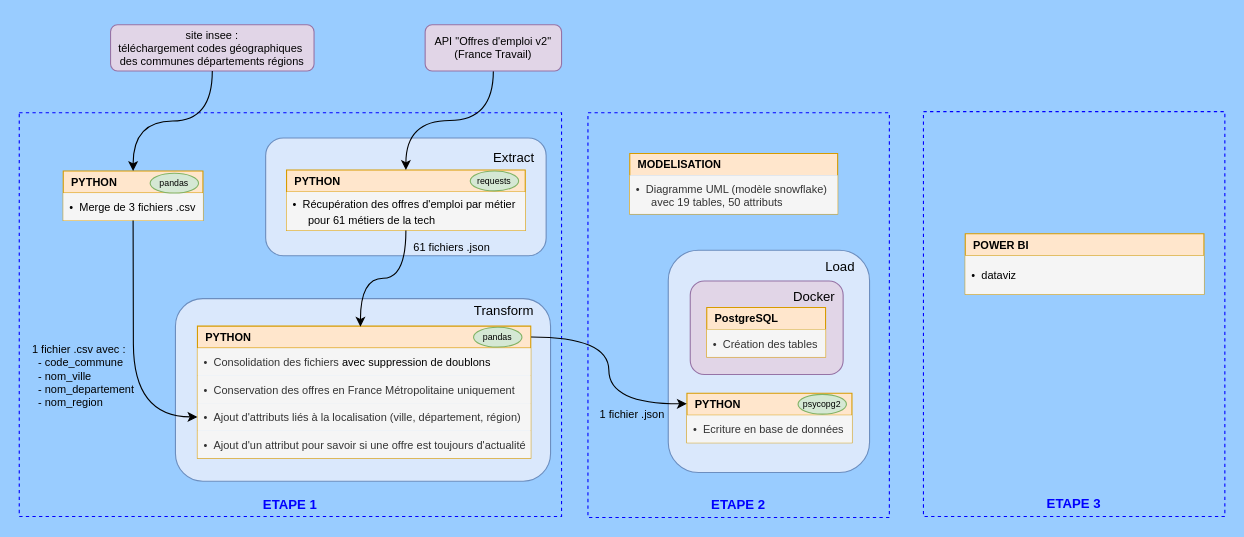
Before: workflow.drawio in vimchun/Job-Market-in-France, a draw.io diagram. Source tidied: cells renumbered, new cells numbered last; positions are measured from the earlier drawing's top-left corner, leaving out a move shared by most shapes. Both pictures are drawn from the tidied source at 110%, with x=0, y=0 at pixel (19, 24).
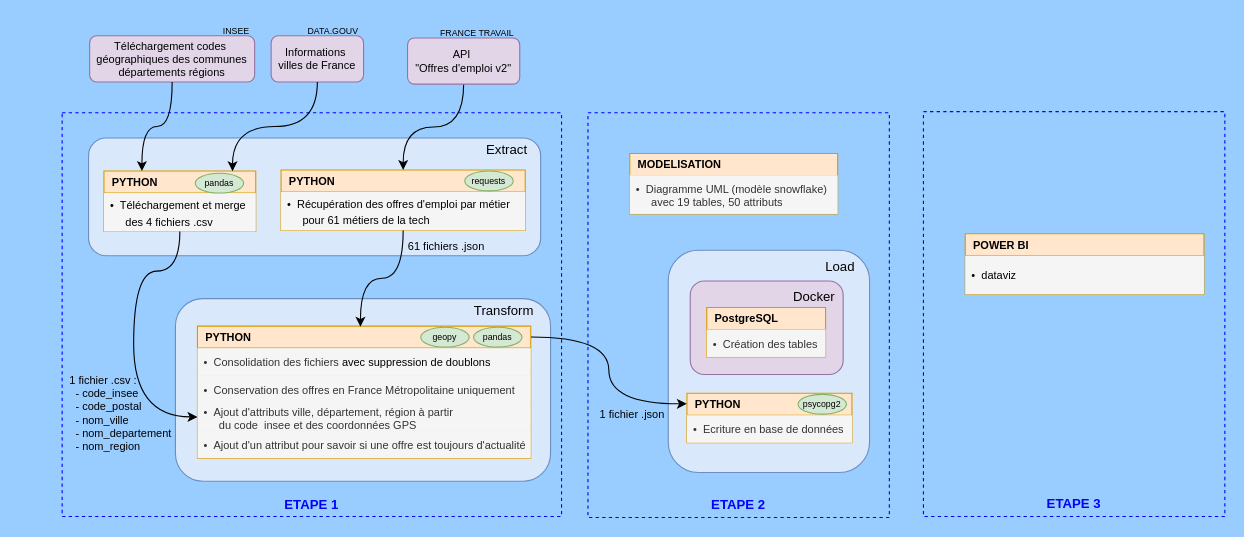
The same page after the edit.

Commit message (it also covers changes not shown here):
ajout du code_postal dans le fichier "codes__city_department_region.csv", modification du workflow.drawio, modification de "code_commune" par "code_insee"

The change refers to these unchanged cells:
```xml
<mxCell id="16" value="&lt;b&gt;&lt;font style=&quot;font-size: 10px;&quot;&gt;&amp;nbsp; PYTHON&lt;/font&gt;&lt;/b&gt;" style="swimlane;fontStyle=0;horizontal=1;startSize=20;whiteSpace=wrap;html=1;fillColor=#ffe6cc;strokeColor=#d79b00;rounded=0;align=left;shadow=0;glass=0;verticalAlign=middle;fontFamily=Helvetica;fontSize=12;" parent="1" vertex="1">
  <mxGeometry x="162" y="274" width="303" height="120" as="geometry" />
</mxCell>
```

What changed in the source:
```diff
@@
     <mxCell id="5" value="&lt;div&gt;&lt;font style=&quot;color: rgb(0, 0, 255);&quot;&gt;&lt;br&gt;&lt;/font&gt;&lt;/div&gt;&lt;div&gt;&lt;font style=&quot;color: rgb(0, 0, 255);&quot;&gt;&lt;br&gt;&lt;/font&gt;&lt;/div&gt;&lt;div&gt;&lt;font style=&quot;color: rgb(0, 0, 255);&quot;&gt;&lt;br&gt;&lt;/font&gt;&lt;/div&gt;&lt;div&gt;&lt;font style=&quot;color: rgb(0, 0, 255);&quot;&gt;&lt;br&gt;&lt;/font&gt;&lt;/div&gt;&lt;div&gt;&lt;font style=&quot;color: rgb(0, 0, 255);&quot;&gt;&lt;br&gt;&lt;/font&gt;&lt;/div&gt;&lt;div&gt;&lt;font style=&quot;color: rgb(0, 0, 255);&quot;&gt;&lt;br&gt;&lt;/font&gt;&lt;/div&gt;&lt;div&gt;&lt;font style=&quot;color: rgb(0, 0, 255);&quot;&gt;&lt;br&gt;&lt;/font&gt;&lt;/div&gt;&lt;div&gt;&lt;font style=&quot;color: rgb(0, 0, 255);&quot;&gt;&lt;br&gt;&lt;/font&gt;&lt;/div&gt;&lt;div&gt;&lt;font style=&quot;color: rgb(0, 0, 255);&quot;&gt;&lt;br&gt;&lt;/font&gt;&lt;/div&gt;&lt;div&gt;&lt;font style=&quot;color: rgb(0, 0, 255);&quot;&gt;&lt;br&gt;&lt;/font&gt;&lt;/div&gt;&lt;div&gt;&lt;font style=&quot;color: rgb(0, 0, 255);&quot;&gt;&lt;br&gt;&lt;/font&gt;&lt;/div&gt;&lt;div&gt;&lt;font style=&quot;color: rgb(0, 0, 255);&quot;&gt;&lt;br&gt;&lt;/font&gt;&lt;/div&gt;&lt;div&gt;&lt;font style=&quot;color: rgb(0, 0, 255);&quot;&gt;&lt;br&gt;&lt;/font&gt;&lt;/div&gt;&lt;div&gt;&lt;font style=&quot;color: rgb(0, 0, 255);&quot;&gt;&lt;br&gt;&lt;/font&gt;&lt;/div&gt;&lt;div&gt;&lt;font style=&quot;color: rgb(0, 0, 255);&quot;&gt;&lt;br&gt;&lt;/font&gt;&lt;/div&gt;&lt;div&gt;&lt;font style=&quot;color: rgb(0, 0, 255);&quot;&gt;&lt;br&gt;&lt;/font&gt;&lt;/div&gt;&lt;div&gt;&lt;font style=&quot;color: rgb(0, 0, 255);&quot;&gt;&lt;br&gt;&lt;/font&gt;&lt;/div&gt;&lt;div&gt;&lt;font style=&quot;color: rgb(0, 0, 255);&quot;&gt;&lt;br&gt;&lt;/font&gt;&lt;/div&gt;&lt;div&gt;&lt;span style=&quot;background-color: transparent;&quot;&gt;&lt;font style=&quot;color: rgb(0, 0, 255);&quot;&gt;&lt;br&gt;&lt;/font&gt;&lt;/span&gt;&lt;/div&gt;&lt;div&gt;&lt;span style=&quot;background-color: transparent;&quot;&gt;&lt;font style=&quot;color: rgb(0, 0, 255);&quot;&gt;&lt;br&gt;&lt;/font&gt;&lt;/span&gt;&lt;/div&gt;&lt;div&gt;&lt;span style=&quot;background-color: transparent;&quot;&gt;&lt;font style=&quot;color: rgb(0, 0, 255);&quot;&gt;&lt;br&gt;&lt;/font&gt;&lt;/span&gt;&lt;/div&gt;&lt;div&gt;&lt;span style=&quot;background-color: transparent;&quot;&gt;&lt;font style=&quot;color: rgb(0, 0, 255);&quot;&gt;&lt;br&gt;&lt;/font&gt;&lt;/span&gt;&lt;/div&gt;&lt;div&gt;&lt;span style=&quot;background-color: transparent;&quot;&gt;&lt;font style=&quot;color: rgb(0, 0, 255);&quot;&gt;&lt;br&gt;&lt;/font&gt;&lt;/span&gt;&lt;/div&gt;&lt;div&gt;&lt;br&gt;&lt;/div&gt;&lt;div&gt;&lt;b style=&quot;background-color: transparent; color: light-dark(rgb(0, 0, 255), rgb(205, 205, 255));&quot;&gt;ETAPE 1&lt;/b&gt;&lt;/div&gt;" style="rounded=0;whiteSpace=wrap;html=1;fillColor=none;dashed=1;strokeWidth=1;strokeColor=#0000FF;" parent="1" vertex="1">
-      <mxGeometry y="80" width="493" height="367" as="geometry" />
+      <mxGeometry x="39" y="80" width="454" height="367" as="geometry" />
     </mxCell>
@@
-    <mxCell id="7" value="&amp;nbsp; &amp;nbsp; &amp;nbsp; &amp;nbsp; &amp;nbsp; &amp;nbsp; &amp;nbsp; &amp;nbsp; &amp;nbsp; &amp;nbsp; &amp;nbsp; &amp;nbsp; &amp;nbsp; &amp;nbsp; &amp;nbsp; &amp;nbsp; &amp;nbsp; &amp;nbsp; &amp;nbsp; &amp;nbsp; &amp;nbsp; &amp;nbsp; &amp;nbsp; &amp;nbsp; &amp;nbsp; &amp;nbsp; &amp;nbsp; &amp;nbsp; &amp;nbsp; &amp;nbsp;Extract&lt;div&gt;&lt;br&gt;&lt;/div&gt;&lt;div&gt;&lt;br&gt;&lt;/div&gt;&lt;div&gt;&lt;br&gt;&lt;/div&gt;&lt;div&gt;&lt;br&gt;&lt;/div&gt;&lt;div&gt;&lt;br&gt;&lt;/div&gt;" style="rounded=1;whiteSpace=wrap;html=1;fillColor=#dae8fc;strokeColor=#6c8ebf;" parent="1" vertex="1">
-      <mxGeometry x="224" y="103" width="255" height="107" as="geometry" />
+    <mxCell id="7" value="&amp;nbsp; &amp;nbsp; &amp;nbsp; &amp;nbsp; &amp;nbsp; &amp;nbsp; &amp;nbsp; &amp;nbsp; &amp;nbsp; &amp;nbsp; &amp;nbsp; &amp;nbsp; &amp;nbsp; &amp;nbsp; &amp;nbsp; &amp;nbsp; &amp;nbsp; &amp;nbsp; &amp;nbsp; &amp;nbsp; &amp;nbsp; &amp;nbsp; &amp;nbsp; &amp;nbsp; &amp;nbsp; &amp;nbsp; &amp;nbsp; &amp;nbsp; &amp;nbsp; &amp;nbsp; &amp;nbsp; &amp;nbsp; &amp;nbsp; &amp;nbsp; &amp;nbsp; &amp;nbsp; &amp;nbsp; &amp;nbsp; &amp;nbsp; &amp;nbsp; &amp;nbsp; &amp;nbsp; &amp;nbsp; &amp;nbsp; &amp;nbsp; &amp;nbsp; &amp;nbsp; &amp;nbsp; &amp;nbsp; &amp;nbsp; &amp;nbsp; &amp;nbsp; &amp;nbsp;Extract&lt;div&gt;&lt;br&gt;&lt;/div&gt;&lt;div&gt;&lt;br&gt;&lt;/div&gt;&lt;div&gt;&lt;br&gt;&lt;/div&gt;&lt;div&gt;&lt;br&gt;&lt;/div&gt;&lt;div&gt;&lt;br&gt;&lt;/div&gt;&lt;div&gt;&lt;br&gt;&lt;/div&gt;" style="rounded=1;whiteSpace=wrap;html=1;fillColor=#dae8fc;strokeColor=#6c8ebf;" parent="1" vertex="1">
+      <mxGeometry x="63" y="103" width="411" height="107" as="geometry" />
     </mxCell>
     <mxCell id="8" value="&lt;b&gt;&amp;nbsp; PYTHON&lt;/b&gt;" style="swimlane;fontStyle=0;horizontal=1;startSize=20;whiteSpace=wrap;html=1;fillColor=#ffe6cc;strokeColor=#d79b00;rounded=0;align=left;swimlaneLine=1;glass=0;shadow=0;swimlaneHead=1;swimlaneBody=1;verticalAlign=middle;fontFamily=Helvetica;fontSize=10;fontColor=default;" parent="1" vertex="1">
-      <mxGeometry x="243" y="132" width="217" height="55" as="geometry" />
+      <mxGeometry x="238" y="132" width="222" height="55" as="geometry" />
     </mxCell>
     <mxCell id="9" value="&lt;font style=&quot;font-size: 10px; color: rgb(0, 0, 0);&quot;&gt;•&amp;nbsp; Récupération des offres d'emploi par métier&lt;/font&gt;&lt;div&gt;&lt;span style=&quot;background-color: transparent;&quot;&gt;&lt;font style=&quot;font-size: 10px; color: rgb(0, 0, 0);&quot;&gt;&amp;nbsp; &amp;nbsp; &amp;nbsp;pour 61 métiers de la tech&lt;/font&gt;&lt;/span&gt;&lt;/div&gt;" style="text;align=left;verticalAlign=middle;spacingLeft=4;spacingRight=4;overflow=hidden;whiteSpace=wrap;html=1;fontFamily=Helvetica;fontSize=12;fontStyle=0;fillColor=#f5f5f5;fontColor=#333333;strokeColor=none;" parent="8" vertex="1">
-      <mxGeometry y="20" width="217" height="35" as="geometry" />
+      <mxGeometry y="20" width="222" height="35" as="geometry" />
     </mxCell>
@@
-    <mxCell id="19" value="•&amp;nbsp;&amp;nbsp;Ajout d'attributs liés à la localisation (ville, département, région)" style="text;strokeColor=none;fillColor=#f5f5f5;align=left;verticalAlign=middle;spacingLeft=4;spacingRight=4;overflow=hidden;points=[[0,0.5],[1,0.5]];portConstraint=eastwest;whiteSpace=wrap;html=1;fontFamily=Helvetica;fontSize=10;fontColor=#333333;fontStyle=0;" parent="16" vertex="1">
+    <mxCell id="19" value="•&amp;nbsp;&amp;nbsp;Ajout d'attributs ville, département, région à partir&amp;nbsp;&lt;div&gt;&amp;nbsp; &amp;nbsp; &amp;nbsp;du code_insee et des coordonnées GPS&lt;/div&gt;" style="text;strokeColor=none;fillColor=#f5f5f5;align=left;verticalAlign=middle;spacingLeft=4;spacingRight=4;overflow=hidden;points=[[0,0.5],[1,0.5]];portConstraint=eastwest;whiteSpace=wrap;html=1;fontFamily=Helvetica;fontSize=10;fontColor=#333333;fontStyle=0;" parent="16" vertex="1">
       <mxGeometry y="70" width="303" height="25" as="geometry" />
     </mxCell>
@@
-    <mxCell id="22" value="API&amp;nbsp;&lt;span style=&quot;background-color: transparent; color: light-dark(rgb(0, 0, 0), rgb(255, 255, 255));&quot;&gt;&quot;Offres d'emploi v2&quot;&lt;/span&gt;&lt;div&gt;&lt;span style=&quot;background-color: transparent; color: light-dark(rgb(0, 0, 0), rgb(255, 255, 255));&quot;&gt;(&lt;/span&gt;&lt;span style=&quot;background-color: transparent; color: light-dark(rgb(0, 0, 0), rgb(255, 255, 255));&quot;&gt;France Travail)&lt;/span&gt;&lt;/div&gt;" style="rounded=1;whiteSpace=wrap;html=1;fillColor=#e1d5e7;strokeColor=#9673a6;fontSize=10;" parent="1" vertex="1">
-      <mxGeometry x="369" width="124" height="42" as="geometry" />
+    <mxCell id="22" value="API&amp;nbsp;&lt;div&gt;&lt;span style=&quot;background-color: transparent; color: light-dark(rgb(0, 0, 0), rgb(255, 255, 255));&quot;&gt;&quot;Offres d'emploi v2&quot;&lt;/span&gt;&lt;/div&gt;" style="rounded=1;whiteSpace=wrap;html=1;fillColor=#e1d5e7;strokeColor=#9673a6;fontSize=10;" parent="1" vertex="1">
+      <mxGeometry x="353" y="12" width="102" height="42" as="geometry" />
     </mxCell>
@@
     <mxCell id="24" value="61 fichiers .json" style="text;html=1;align=center;verticalAlign=middle;whiteSpace=wrap;rounded=0;fontSize=10;" parent="1" vertex="1">
-      <mxGeometry x="351.5" y="187" width="83" height="30" as="geometry" />
+      <mxGeometry x="346.5" y="186" width="83" height="30" as="geometry" />
     </mxCell>
@@
     <mxCell id="27" value="requests" style="ellipse;whiteSpace=wrap;html=1;fontSize=8;fillColor=#d5e8d4;strokeColor=#82b366;" parent="1" vertex="1">
-      <mxGeometry x="410" y="133" width="44" height="18" as="geometry" />
+      <mxGeometry x="405" y="133" width="44" height="18" as="geometry" />
     </mxCell>
@@
-    <mxCell id="33" value="site insee :&lt;div&gt;téléchargement codes géographiques&amp;nbsp;&lt;/div&gt;&lt;div&gt;des&amp;nbsp;&lt;span style=&quot;background-color: transparent; color: light-dark(rgb(0, 0, 0), rgb(255, 255, 255));&quot;&gt;communes départements régions&lt;/span&gt;&lt;/div&gt;" style="rounded=1;whiteSpace=wrap;html=1;fillColor=#e1d5e7;strokeColor=#9673a6;fontSize=10;" parent="1" vertex="1">
-      <mxGeometry x="83" width="185" height="42" as="geometry" />
+    <mxCell id="33" value="&lt;div&gt;Informations&amp;nbsp;&lt;/div&gt;&lt;div&gt;villes de France&lt;/div&gt;" style="rounded=1;whiteSpace=wrap;html=1;fillColor=#e1d5e7;strokeColor=#9673a6;fontSize=10;enumerate=0;" parent="1" vertex="1">
+      <mxGeometry x="229" y="10" width="84" height="42" as="geometry" />
     </mxCell>
-    <mxCell id="34" value="1 fichier .csv avec :&lt;div&gt;&lt;div&gt;&amp;nbsp; - code_commune&lt;/div&gt;&lt;div&gt;&amp;nbsp; - nom_ville&lt;/div&gt;&lt;div&gt;&amp;nbsp; - nom_departement&lt;/div&gt;&lt;div&gt;&amp;nbsp; - nom_region&lt;/div&gt;&lt;/div&gt;" style="text;html=1;align=left;verticalAlign=middle;whiteSpace=wrap;rounded=0;fontSize=10;" parent="1" vertex="1">
-      <mxGeometry x="10" y="290" width="100" height="58" as="geometry" />
-    </mxCell>
     <mxCell id="35" value="&lt;b&gt;&amp;nbsp; PYTHON&lt;/b&gt;" style="swimlane;fontStyle=0;horizontal=1;startSize=20;whiteSpace=wrap;html=1;fillColor=#ffe6cc;strokeColor=#d79b00;rounded=0;align=left;swimlaneLine=1;glass=0;shadow=0;swimlaneHead=1;swimlaneBody=1;verticalAlign=middle;fontFamily=Helvetica;fontSize=10;fontColor=default;" parent="1" vertex="1">
-      <mxGeometry x="40" y="133" width="127" height="45" as="geometry" />
+      <mxGeometry x="77" y="133" width="138" height="55" as="geometry" />
     </mxCell>
-    <mxCell id="36" value="&lt;font style=&quot;font-size: 10px; color: rgb(0, 0, 0);&quot;&gt;•&amp;nbsp; Merge de 3 fichiers .csv&lt;/font&gt;" style="text;align=left;verticalAlign=middle;spacingLeft=4;spacingRight=4;overflow=hidden;whiteSpace=wrap;html=1;fontFamily=Helvetica;fontSize=12;fontStyle=0;fillColor=#f5f5f5;fontColor=#333333;strokeColor=none;" parent="35" vertex="1">
-      <mxGeometry y="20" width="127" height="25" as="geometry" />
+    <mxCell id="36" value="&lt;font style=&quot;font-size: 10px; color: rgb(0, 0, 0);&quot;&gt;•&amp;nbsp; Téléchargement et merge&amp;nbsp;&lt;/font&gt;&lt;div&gt;&lt;font style=&quot;font-size: 10px; color: rgb(0, 0, 0);&quot;&gt;&amp;nbsp; &amp;nbsp; &amp;nbsp;des 4&amp;nbsp;&lt;/font&gt;&lt;span style=&quot;color: light-dark(rgb(0, 0, 0), rgb(237, 237, 237)); font-size: 10px; background-color: transparent;&quot;&gt;fichiers .csv&lt;/span&gt;&lt;/div&gt;" style="text;align=left;verticalAlign=middle;spacingLeft=4;spacingRight=4;overflow=hidden;whiteSpace=wrap;html=1;fontFamily=Helvetica;fontSize=12;fontStyle=0;fillColor=#f5f5f5;fontColor=#333333;strokeColor=none;" parent="35" vertex="1">
+      <mxGeometry y="20" width="138" height="35" as="geometry" />
     </mxCell>
     <mxCell id="37" value="pandas" style="ellipse;whiteSpace=wrap;html=1;fontSize=8;fillColor=#d5e8d4;strokeColor=#82b366;" parent="1" vertex="1">
-      <mxGeometry x="119" y="135" width="44" height="18" as="geometry" />
+      <mxGeometry x="160" y="135" width="44" height="18" as="geometry" />
     </mxCell>
-    <mxCell id="38" style="edgeStyle=orthogonalEdgeStyle;rounded=0;jettySize=auto;html=1;exitX=0.5;exitY=1;exitDx=0;exitDy=0;curved=1;entryX=0.5;entryY=0;entryDx=0;entryDy=0;" parent="1" edge="1" source="33" target="35">
+    <mxCell id="38" style="edgeStyle=orthogonalEdgeStyle;rounded=0;jettySize=auto;html=1;exitX=0.5;exitY=1;exitDx=0;exitDy=0;curved=1;entryX=0.847;entryY=0.003;entryDx=0;entryDy=0;entryPerimeter=0;" parent="1" edge="1" source="33" target="35">
       <mxGeometry relative="1" as="geometry" />
     </mxCell>
@@
+    <mxCell id="40" value="&lt;div&gt;Téléchargement&amp;nbsp;&lt;span style=&quot;background-color: transparent; color: light-dark(rgb(0, 0, 0), rgb(255, 255, 255));&quot;&gt;codes&amp;nbsp;&lt;/span&gt;&lt;/div&gt;&lt;div&gt;&lt;span style=&quot;background-color: transparent; color: light-dark(rgb(0, 0, 0), rgb(255, 255, 255));&quot;&gt;géographiques&amp;nbsp;&lt;/span&gt;&lt;span style=&quot;background-color: transparent; color: light-dark(rgb(0, 0, 0), rgb(255, 255, 255));&quot;&gt;des&amp;nbsp;&lt;/span&gt;&lt;span style=&quot;background-color: transparent; color: light-dark(rgb(0, 0, 0), rgb(255, 255, 255));&quot;&gt;communes départements régions&lt;/span&gt;&lt;/div&gt;" style="rounded=1;whiteSpace=wrap;html=1;fillColor=#e1d5e7;strokeColor=#9673a6;fontSize=10;" parent="1" vertex="1">
+      <mxGeometry x="64" y="10" width="150" height="42" as="geometry" />
+    </mxCell>
+    <mxCell id="41" style="edgeStyle=orthogonalEdgeStyle;rounded=0;jettySize=auto;html=1;exitX=0.5;exitY=1;exitDx=0;exitDy=0;curved=1;entryX=0.25;entryY=0;entryDx=0;entryDy=0;" parent="1" edge="1" source="40" target="35">
+      <mxGeometry relative="1" as="geometry" />
+    </mxCell>
+    <mxCell id="42" value="INSEE" style="text;html=1;align=center;verticalAlign=middle;strokeColor=none;fillColor=none;fontSize=8;" parent="1" vertex="1">
+      <mxGeometry x="176" y="-5" width="42" height="22" as="geometry" />
+    </mxCell>
+    <mxCell id="43" value="DATA.GOUV" style="text;html=1;align=center;verticalAlign=middle;strokeColor=none;fillColor=none;fontSize=8;" parent="1" vertex="1">
+      <mxGeometry x="253" y="-5" width="64" height="22" as="geometry" />
+    </mxCell>
+    <mxCell id="44" value="FRANCE TRAVAIL" style="text;html=1;align=center;verticalAlign=middle;strokeColor=none;fillColor=none;fontSize=8;" parent="1" vertex="1">
+      <mxGeometry x="373" y="-3" width="85" height="22" as="geometry" />
+    </mxCell>
+    <mxCell id="45" value="geopy" style="ellipse;whiteSpace=wrap;html=1;fontSize=8;fillColor=#d5e8d4;strokeColor=#82b366;" parent="1" vertex="1">
+      <mxGeometry x="365" y="275" width="44" height="18" as="geometry" />
+    </mxCell>
+    <mxCell id="34" value="1 fichier .csv :&lt;div&gt;&lt;div&gt;&amp;nbsp; - code_insee&lt;/div&gt;&lt;div&gt;&amp;nbsp; - code_postal&lt;/div&gt;&lt;div&gt;&amp;nbsp; - nom_ville&lt;/div&gt;&lt;div&gt;&amp;nbsp; - nom_departement&lt;/div&gt;&lt;div&gt;&amp;nbsp; - nom_region&lt;/div&gt;&lt;/div&gt;" style="text;html=1;align=left;verticalAlign=middle;whiteSpace=wrap;rounded=0;fontSize=10;" parent="1" vertex="1">
+      <mxGeometry x="44" y="314" width="100" height="78" as="geometry" />
+    </mxCell>
```
